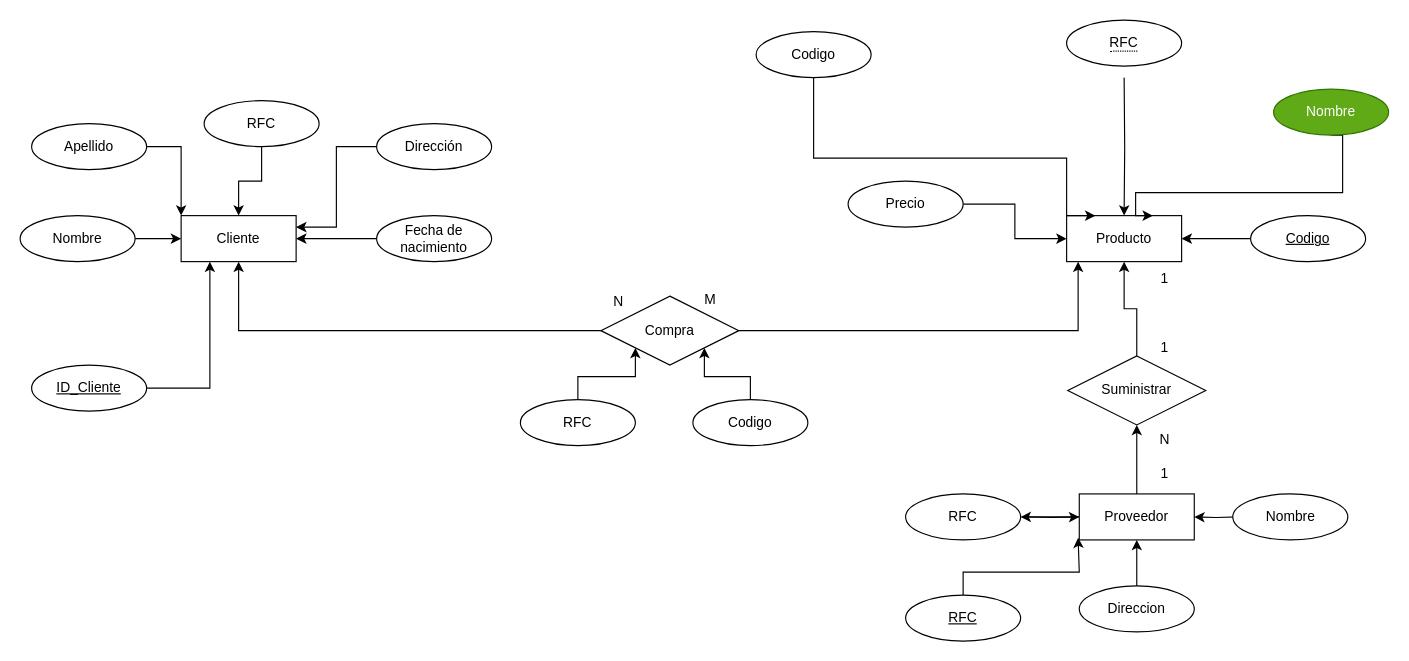
Earlier version of the draw.io diagram modeloER/Ejercicio1.drawio (Gerardo2409/base_de_datos). Source tidied: cells renumbered, new cells numbered last; positions are measured from the earlier drawing's top-left corner, leaving out a move shared by most shapes. Both pictures are drawn from the tidied source at 115%, with x=0, y=0 at pixel (20, 20).
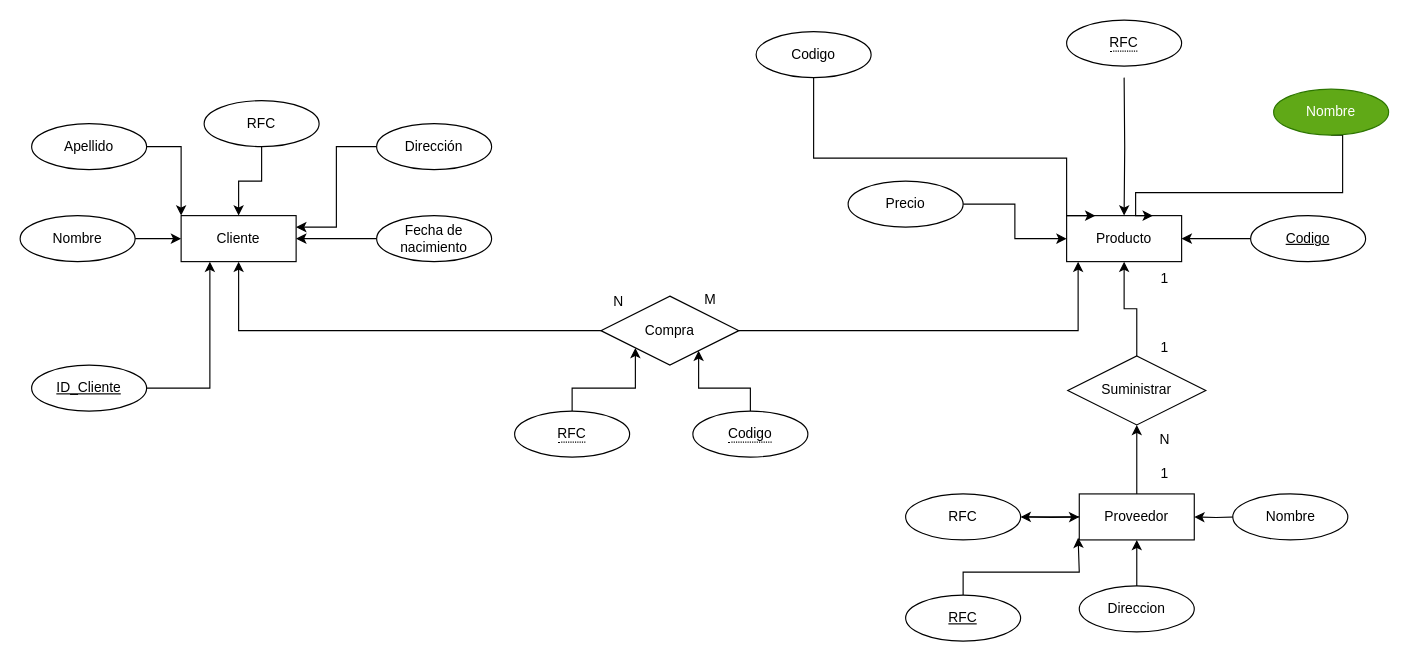
The same diagram, later.

The change refers to these unchanged cells:
```xml
<mxCell id="15" value="Compra" style="shape=rhombus;perimeter=rhombusPerimeter;whiteSpace=wrap;html=1;align=center;" parent="1" vertex="1">
  <mxGeometry x="505" y="240" width="120" height="60" as="geometry" />
</mxCell>
```

What changed in the source:
```diff
@@
+    <mxCell id="51" value="&lt;span style=&quot;border-bottom: 1px dotted&quot;&gt;RFC&lt;/span&gt;" style="ellipse;whiteSpace=wrap;html=1;align=center;" parent="1" vertex="1">
+      <mxGeometry x="910" width="100" height="40" as="geometry" />
+    </mxCell>
@@
-    <mxCell id="48" value="RFC" style="ellipse;whiteSpace=wrap;html=1;align=center;" parent="1" vertex="1">
-      <mxGeometry x="435" y="330" width="100" height="40" as="geometry" />
+    <mxCell id="48" value="&lt;span style=&quot;border-bottom: 1px dotted&quot;&gt;RFC&lt;/span&gt;" style="ellipse;whiteSpace=wrap;html=1;align=center;" parent="1" vertex="1">
+      <mxGeometry x="430" y="340" width="100" height="40" as="geometry" />
     </mxCell>
-    <mxCell id="49" style="edgeStyle=orthogonalEdgeStyle;rounded=0;jettySize=auto;html=1;entryX=1;entryY=1;entryDx=0;entryDy=0;" parent="1" edge="1" source="50" target="15">
-      <mxGeometry relative="1" as="geometry" />
+    <mxCell id="49" style="edgeStyle=orthogonalEdgeStyle;rounded=0;jettySize=auto;html=1;" parent="1" edge="1" source="50" target="15">
+      <mxGeometry relative="1" as="geometry">
+        <Array as="points">
+          <mxPoint x="635" y="320" />
+          <mxPoint x="590" y="320" />
+        </Array>
+      </mxGeometry>
     </mxCell>
-    <mxCell id="50" value="Codigo" style="ellipse;whiteSpace=wrap;html=1;align=center;" parent="1" vertex="1">
-      <mxGeometry x="585" y="330" width="100" height="40" as="geometry" />
+    <mxCell id="50" value="&lt;span style=&quot;border-bottom: 1px dotted&quot;&gt;Codigo&lt;/span&gt;" style="ellipse;whiteSpace=wrap;html=1;align=center;" parent="1" vertex="1">
+      <mxGeometry x="585" y="340" width="100" height="40" as="geometry" />
     </mxCell>
-    <mxCell id="51" value="&lt;span style=&quot;border-bottom: 1px dotted&quot;&gt;RFC&lt;/span&gt;" style="ellipse;whiteSpace=wrap;html=1;align=center;" parent="1" vertex="1">
-      <mxGeometry x="910" width="100" height="40" as="geometry" />
-    </mxCell>
```
